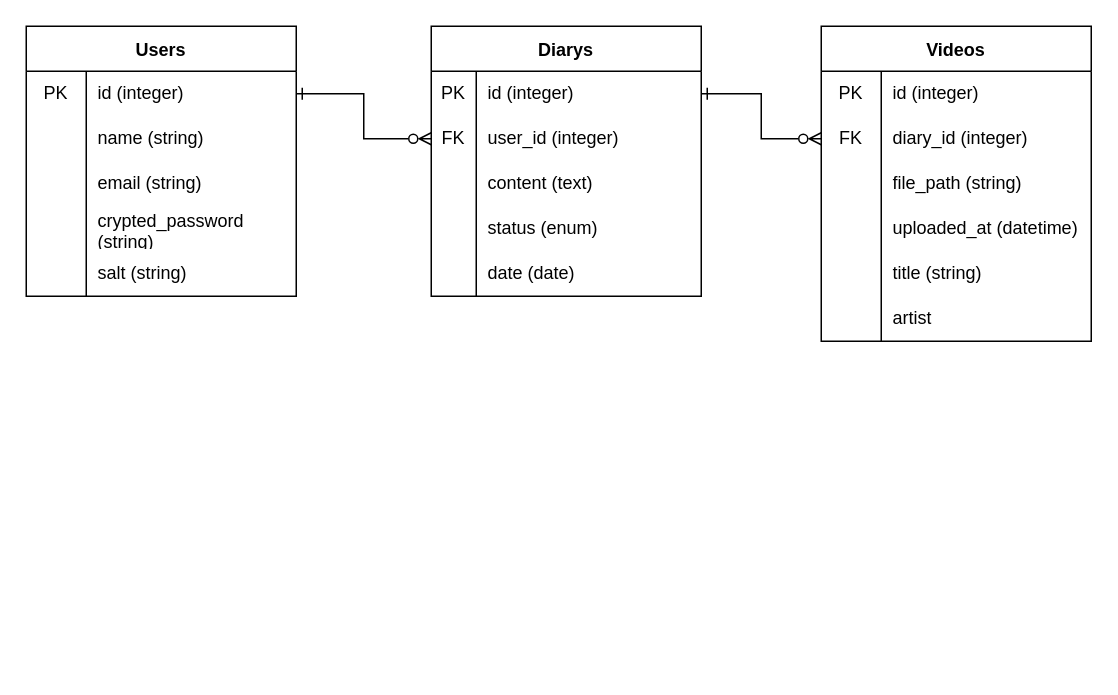
ShimazakiHiromu/development keeps this draw.io diagram as er.drawio. Above is the earlier version. Source tidied: cells renumbered, new cells numbered last; positions are measured from the earlier drawing's top-left corner, leaving out a move shared by most shapes. Both pictures are drawn from the tidied source at 150%, with x=0, y=0 at pixel (26, 26).
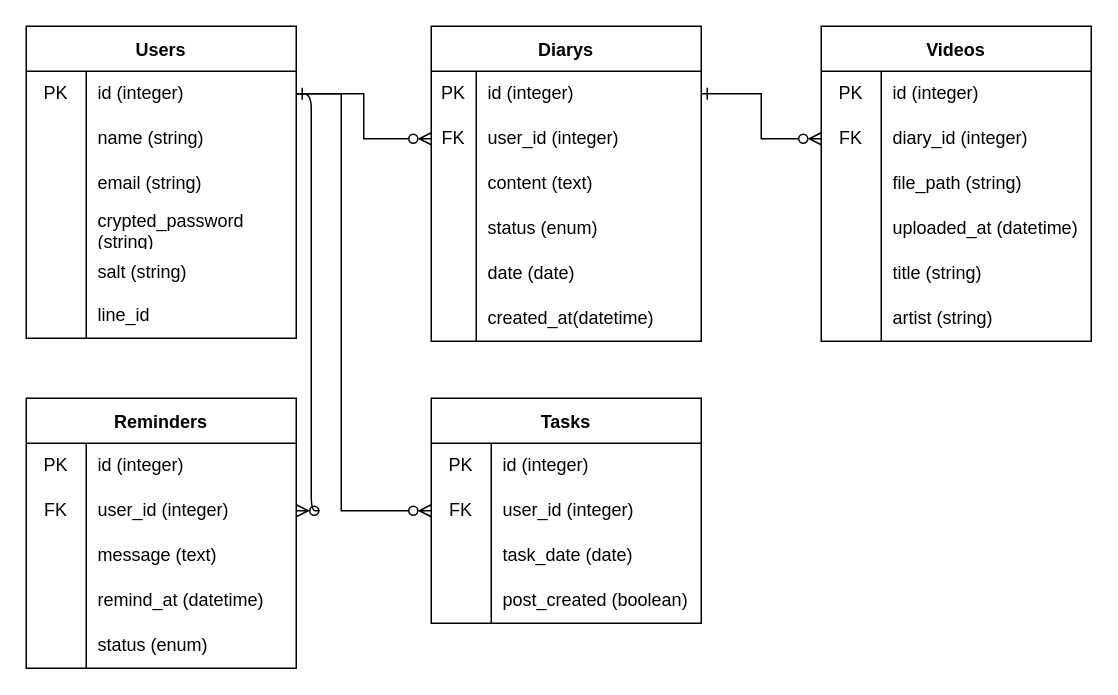
The same diagram, later.

Unchanged cells that the change refers to:
```xml
<mxCell id="3" style="shape=tableRow;horizontal=0;startSize=0;swimlaneHead=0;swimlaneBody=0;top=0;left=0;bottom=0;right=0;fillColor=none;points=[[0,0.5],[1,0.5]];portConstraint=eastwest;" parent="2" vertex="1">
  <mxGeometry y="30" width="180" height="30" as="geometry" />
</mxCell>
<mxCell id="52" style="shape=tableRow;horizontal=0;startSize=0;swimlaneHead=0;swimlaneBody=0;top=0;left=0;bottom=0;right=0;fillColor=none;" parent="36" vertex="1">
  <mxGeometry y="180" width="180" height="30" as="geometry" />
</mxCell>
```

What changed in the source:
```diff
@@
     <mxCell id="2" value="Users" style="shape=table;startSize=30;childLayout=tableLayout;rowLines=0;fontStyle=1;" parent="1" vertex="1">
-      <mxGeometry width="180" height="180" as="geometry" />
+      <mxGeometry width="180" height="208" as="geometry" />
     </mxCell>
@@
     <mxCell id="15" style="shape=tableRow;horizontal=0;startSize=0;swimlaneHead=0;swimlaneBody=0;top=0;left=0;bottom=0;right=0;fillColor=none;" parent="2" vertex="1">
-      <mxGeometry y="150" width="180" height="30" as="geometry" />
+      <mxGeometry y="150" width="180" height="28" as="geometry" />
     </mxCell>
     <mxCell id="16" style="shape=partialRectangle;html=1;whiteSpace=wrap;fillColor=none;top=0;left=0;bottom=0;right=0;overflow=hidden;" parent="15" vertex="1">
-      <mxGeometry width="40" height="30" as="geometry" />
+      <mxGeometry width="40" height="28" as="geometry" />
     </mxCell>
     <mxCell id="17" value="salt (string)" style="shape=partialRectangle;html=1;whiteSpace=wrap;fillColor=none;top=0;left=0;bottom=0;right=0;align=left;spacingLeft=6;overflow=hidden;" parent="15" vertex="1">
-      <mxGeometry x="40" width="140" height="30" as="geometry" />
+      <mxGeometry x="40" width="140" height="28" as="geometry" />
     </mxCell>
+    <mxCell id="56" style="shape=tableRow;horizontal=0;startSize=0;swimlaneHead=0;swimlaneBody=0;top=0;left=0;bottom=0;right=0;fillColor=none;" parent="2" vertex="1">
+      <mxGeometry y="178" width="180" height="30" as="geometry" />
+    </mxCell>
+    <mxCell id="57" style="shape=partialRectangle;html=1;whiteSpace=wrap;fillColor=none;top=0;left=0;bottom=0;right=0;overflow=hidden;" parent="56" vertex="1">
+      <mxGeometry width="40" height="30" as="geometry" />
+    </mxCell>
+    <mxCell id="58" value="line_id" style="shape=partialRectangle;html=1;whiteSpace=wrap;fillColor=none;top=0;left=0;bottom=0;right=0;align=left;spacingLeft=6;overflow=hidden;" parent="56" vertex="1">
+      <mxGeometry x="40" width="140" height="30" as="geometry" />
+    </mxCell>
     <mxCell id="18" value="Diarys" style="shape=table;startSize=30;childLayout=tableLayout;rowLines=0;fontStyle=1;" parent="1" vertex="1">
-      <mxGeometry x="270" width="180" height="180" as="geometry" />
+      <mxGeometry x="270" width="180" height="210" as="geometry" />
     </mxCell>
@@
+    <mxCell id="59" style="shape=tableRow;horizontal=0;startSize=0;swimlaneHead=0;swimlaneBody=0;top=0;left=0;bottom=0;right=0;fillColor=none;" parent="18" vertex="1">
+      <mxGeometry y="180" width="180" height="30" as="geometry" />
+    </mxCell>
+    <mxCell id="60" style="shape=partialRectangle;html=1;whiteSpace=wrap;fillColor=none;top=0;left=0;bottom=0;right=0;overflow=hidden;" parent="59" vertex="1">
+      <mxGeometry width="30" height="30" as="geometry" />
+    </mxCell>
+    <mxCell id="61" value="created_at(datetime)" style="shape=partialRectangle;html=1;whiteSpace=wrap;fillColor=none;top=0;left=0;bottom=0;right=0;align=left;spacingLeft=6;overflow=hidden;" parent="59" vertex="1">
+      <mxGeometry x="30" width="150" height="30" as="geometry" />
+    </mxCell>
@@
-    <mxCell id="54" value="artist" style="shape=partialRectangle;html=1;whiteSpace=wrap;fillColor=none;top=0;left=0;bottom=0;right=0;align=left;spacingLeft=6;overflow=hidden;" parent="52" vertex="1">
+    <mxCell id="54" value="artist (string)" style="shape=partialRectangle;html=1;whiteSpace=wrap;fillColor=none;top=0;left=0;bottom=0;right=0;align=left;spacingLeft=6;overflow=hidden;" parent="52" vertex="1">
       <mxGeometry x="40" width="140" height="30" as="geometry" />
     </mxCell>
@@
+    <mxCell id="62" value="Reminders" style="shape=table;startSize=30;childLayout=tableLayout;rowLines=0;fontStyle=1;" parent="1" vertex="1">
+      <mxGeometry y="248" width="180" height="180" as="geometry" />
+    </mxCell>
+    <mxCell id="63" style="shape=tableRow;horizontal=0;startSize=0;swimlaneHead=0;swimlaneBody=0;top=0;left=0;bottom=0;right=0;fillColor=none;" parent="62" vertex="1">
+      <mxGeometry y="30" width="180" height="30" as="geometry" />
+    </mxCell>
+    <mxCell id="64" value="PK" style="shape=partialRectangle;html=1;whiteSpace=wrap;fillColor=none;top=0;left=0;bottom=0;right=0;overflow=hidden;" parent="63" vertex="1">
+      <mxGeometry width="40" height="30" as="geometry" />
+    </mxCell>
+    <mxCell id="65" value="id (integer)" style="shape=partialRectangle;html=1;whiteSpace=wrap;fillColor=none;top=0;left=0;bottom=0;right=0;align=left;spacingLeft=6;overflow=hidden;" parent="63" vertex="1">
+      <mxGeometry x="40" width="140" height="30" as="geometry" />
+    </mxCell>
+    <mxCell id="66" style="shape=tableRow;horizontal=0;startSize=0;swimlaneHead=0;swimlaneBody=0;top=0;left=0;bottom=0;right=0;fillColor=none;points=[[0,0.5],[1,0.5]];portConstraint=eastwest;" parent="62" vertex="1">
+      <mxGeometry y="60" width="180" height="30" as="geometry" />
+    </mxCell>
+    <mxCell id="67" value="FK" style="shape=partialRectangle;html=1;whiteSpace=wrap;fillColor=none;top=0;left=0;bottom=0;right=0;overflow=hidden;" parent="66" vertex="1">
+      <mxGeometry width="40" height="30" as="geometry" />
+    </mxCell>
+    <mxCell id="68" value="user_id (integer)" style="shape=partialRectangle;html=1;whiteSpace=wrap;fillColor=none;top=0;left=0;bottom=0;right=0;align=left;spacingLeft=6;overflow=hidden;" parent="66" vertex="1">
+      <mxGeometry x="40" width="140" height="30" as="geometry" />
+    </mxCell>
+    <mxCell id="69" style="shape=tableRow;horizontal=0;startSize=0;swimlaneHead=0;swimlaneBody=0;top=0;left=0;bottom=0;right=0;fillColor=none;" parent="62" vertex="1">
+      <mxGeometry y="90" width="180" height="30" as="geometry" />
+    </mxCell>
+    <mxCell id="70" style="shape=partialRectangle;html=1;whiteSpace=wrap;fillColor=none;top=0;left=0;bottom=0;right=0;overflow=hidden;" parent="69" vertex="1">
+      <mxGeometry width="40" height="30" as="geometry" />
+    </mxCell>
+    <mxCell id="71" value="message (text)" style="shape=partialRectangle;html=1;whiteSpace=wrap;fillColor=none;top=0;left=0;bottom=0;right=0;align=left;spacingLeft=6;overflow=hidden;" parent="69" vertex="1">
+      <mxGeometry x="40" width="140" height="30" as="geometry" />
+    </mxCell>
+    <mxCell id="72" style="shape=tableRow;horizontal=0;startSize=0;swimlaneHead=0;swimlaneBody=0;top=0;left=0;bottom=0;right=0;fillColor=none;" parent="62" vertex="1">
+      <mxGeometry y="120" width="180" height="30" as="geometry" />
+    </mxCell>
+    <mxCell id="73" style="shape=partialRectangle;html=1;whiteSpace=wrap;fillColor=none;top=0;left=0;bottom=0;right=0;overflow=hidden;" parent="72" vertex="1">
+      <mxGeometry width="40" height="30" as="geometry" />
+    </mxCell>
+    <mxCell id="74" value="remind_at (datetime)" style="shape=partialRectangle;html=1;whiteSpace=wrap;fillColor=none;top=0;left=0;bottom=0;right=0;align=left;spacingLeft=6;overflow=hidden;" parent="72" vertex="1">
+      <mxGeometry x="40" width="140" height="30" as="geometry" />
+    </mxCell>
+    <mxCell id="75" style="shape=tableRow;horizontal=0;startSize=0;swimlaneHead=0;swimlaneBody=0;top=0;left=0;bottom=0;right=0;fillColor=none;" parent="62" vertex="1">
+      <mxGeometry y="150" width="180" height="30" as="geometry" />
+    </mxCell>
+    <mxCell id="76" style="shape=partialRectangle;html=1;whiteSpace=wrap;fillColor=none;top=0;left=0;bottom=0;right=0;overflow=hidden;" parent="75" vertex="1">
+      <mxGeometry width="40" height="30" as="geometry" />
+    </mxCell>
+    <mxCell id="77" value="status (enum)" style="shape=partialRectangle;html=1;whiteSpace=wrap;fillColor=none;top=0;left=0;bottom=0;right=0;align=left;spacingLeft=6;overflow=hidden;" parent="75" vertex="1">
+      <mxGeometry x="40" width="140" height="30" as="geometry" />
+    </mxCell>
+    <mxCell id="78" style="edgeStyle=orthogonalEdgeStyle;html=1;entryX=1;entryY=0.5;entryDx=0;entryDy=0;endArrow=ERzeroToMany;endFill=0;" parent="1" edge="1" source="3" target="66">
+      <mxGeometry relative="1" as="geometry">
+        <Array as="points">
+          <mxPoint x="190" y="45" />
+          <mxPoint x="190" y="323" />
+        </Array>
+      </mxGeometry>
+    </mxCell>
+    <mxCell id="79" value="Tasks" style="shape=table;startSize=30;childLayout=tableLayout;rowLines=0;fontStyle=1;" parent="1" vertex="1">
+      <mxGeometry x="270" y="248" width="180" height="150" as="geometry" />
+    </mxCell>
+    <mxCell id="80" style="shape=tableRow;horizontal=0;startSize=0;swimlaneHead=0;swimlaneBody=0;top=0;left=0;bottom=0;right=0;fillColor=none;" parent="79" vertex="1">
+      <mxGeometry y="30" width="180" height="30" as="geometry" />
+    </mxCell>
+    <mxCell id="81" value="PK" style="shape=partialRectangle;html=1;whiteSpace=wrap;fillColor=none;top=0;left=0;bottom=0;right=0;overflow=hidden;" parent="80" vertex="1">
+      <mxGeometry width="40" height="30" as="geometry" />
+    </mxCell>
+    <mxCell id="82" value="id (integer)" style="shape=partialRectangle;html=1;whiteSpace=wrap;fillColor=none;top=0;left=0;bottom=0;right=0;align=left;spacingLeft=6;overflow=hidden;" parent="80" vertex="1">
+      <mxGeometry x="40" width="140" height="30" as="geometry" />
+    </mxCell>
+    <mxCell id="83" style="shape=tableRow;horizontal=0;startSize=0;swimlaneHead=0;swimlaneBody=0;top=0;left=0;bottom=0;right=0;fillColor=none;points=[[0,0.5],[1,0.5]];portConstraint=eastwest;" parent="79" vertex="1">
+      <mxGeometry y="60" width="180" height="30" as="geometry" />
+    </mxCell>
+    <mxCell id="84" value="FK" style="shape=partialRectangle;html=1;whiteSpace=wrap;fillColor=none;top=0;left=0;bottom=0;right=0;overflow=hidden;" parent="83" vertex="1">
+      <mxGeometry width="40" height="30" as="geometry" />
+    </mxCell>
+    <mxCell id="85" value="user_id (integer)" style="shape=partialRectangle;html=1;whiteSpace=wrap;fillColor=none;top=0;left=0;bottom=0;right=0;align=left;spacingLeft=6;overflow=hidden;" parent="83" vertex="1">
+      <mxGeometry x="40" width="140" height="30" as="geometry" />
+    </mxCell>
+    <mxCell id="86" style="shape=tableRow;horizontal=0;startSize=0;swimlaneHead=0;swimlaneBody=0;top=0;left=0;bottom=0;right=0;fillColor=none;" parent="79" vertex="1">
+      <mxGeometry y="90" width="180" height="30" as="geometry" />
+    </mxCell>
+    <mxCell id="87" style="shape=partialRectangle;html=1;whiteSpace=wrap;fillColor=none;top=0;left=0;bottom=0;right=0;overflow=hidden;" parent="86" vertex="1">
+      <mxGeometry width="40" height="30" as="geometry" />
+    </mxCell>
+    <mxCell id="88" value="task_date (date)" style="shape=partialRectangle;html=1;whiteSpace=wrap;fillColor=none;top=0;left=0;bottom=0;right=0;align=left;spacingLeft=6;overflow=hidden;" parent="86" vertex="1">
+      <mxGeometry x="40" width="140" height="30" as="geometry" />
+    </mxCell>
+    <mxCell id="89" style="shape=tableRow;horizontal=0;startSize=0;swimlaneHead=0;swimlaneBody=0;top=0;left=0;bottom=0;right=0;fillColor=none;" parent="79" vertex="1">
+      <mxGeometry y="120" width="180" height="30" as="geometry" />
+    </mxCell>
+    <mxCell id="90" style="shape=partialRectangle;html=1;whiteSpace=wrap;fillColor=none;top=0;left=0;bottom=0;right=0;overflow=hidden;" parent="89" vertex="1">
+      <mxGeometry width="40" height="30" as="geometry" />
+    </mxCell>
+    <mxCell id="91" value="post_created (boolean)" style="shape=partialRectangle;html=1;whiteSpace=wrap;fillColor=none;top=0;left=0;bottom=0;right=0;align=left;spacingLeft=6;overflow=hidden;" parent="89" vertex="1">
+      <mxGeometry x="40" width="140" height="30" as="geometry" />
+    </mxCell>
+    <mxCell id="92" style="edgeStyle=orthogonalEdgeStyle;html=1;entryX=0;entryY=0.5;entryDx=0;entryDy=0;endArrow=ERzeroToMany;endFill=0;rounded=0;" parent="1" edge="1" source="3" target="83">
+      <mxGeometry relative="1" as="geometry">
+        <Array as="points">
+          <mxPoint x="210" y="45" />
+          <mxPoint x="210" y="323" />
+        </Array>
+      </mxGeometry>
+    </mxCell>
```
